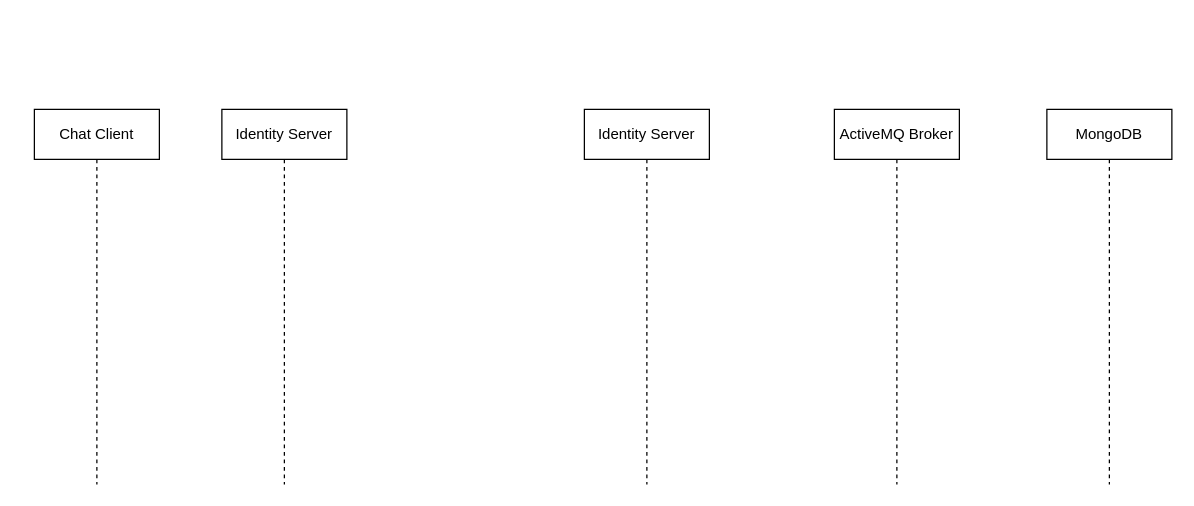
Earlier version of the draw.io diagram websocket.drawio (alokkusingh/draw.io). Source tidied: cells renumbered, new cells numbered last; positions are measured from the earlier drawing's top-left corner, leaving out a move shared by most shapes. Both pictures are drawn from the tidied source at 125%, with x=0, y=0 at pixel (34, 109).
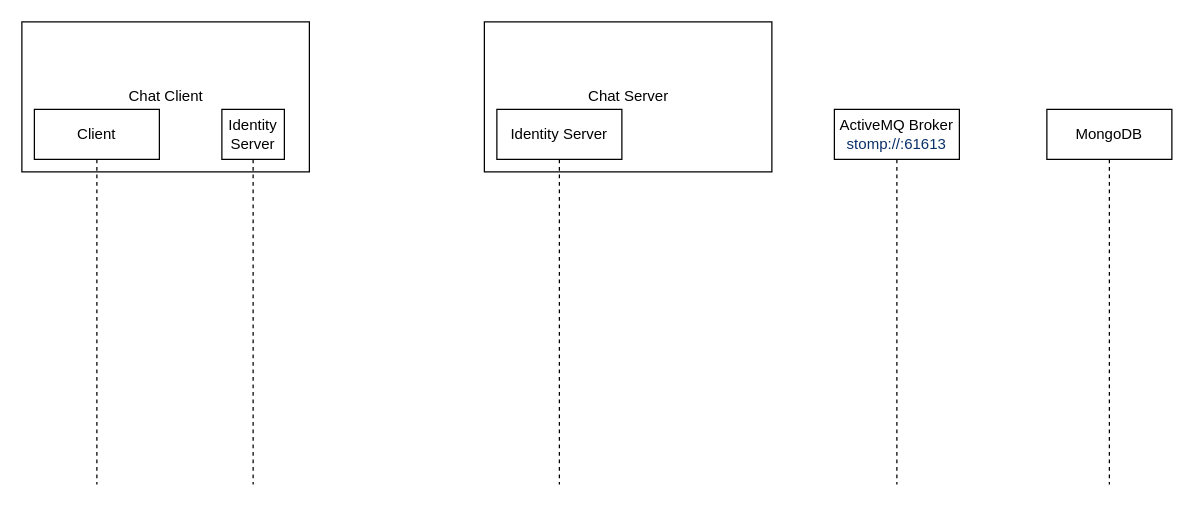
Above is the later version.

What changed in the source:
```diff
@@
 <mxGraphModel>
   <root>
     <mxCell id="0" />
     <mxCell id="1" parent="0" />
+    <mxCell id="7" value="Chat Client" style="html=1;" parent="1" vertex="1">
+      <mxGeometry x="-10" y="-70" width="230" height="120" as="geometry" />
+    </mxCell>
+    <mxCell id="8" value="Chat Server" style="html=1;" parent="1" vertex="1">
+      <mxGeometry x="360" y="-70" width="230" height="120" as="geometry" />
+    </mxCell>
-    <mxCell id="2" value="Chat Client" style="shape=umlLifeline;perimeter=lifelinePerimeter;whiteSpace=wrap;html=1;" parent="1" vertex="1">
+    <mxCell id="2" value="Client" style="shape=umlLifeline;perimeter=lifelinePerimeter;whiteSpace=wrap;html=1;" parent="1" vertex="1">
       <mxGeometry width="100" height="300" as="geometry" />
     </mxCell>
     <mxCell id="3" value="Identity Server" style="shape=umlLifeline;perimeter=lifelinePerimeter;whiteSpace=wrap;html=1;" parent="1" vertex="1">
-      <mxGeometry x="150" width="100" height="300" as="geometry" />
+      <mxGeometry x="150" width="50" height="300" as="geometry" />
     </mxCell>
     <mxCell id="4" value="Identity Server" style="shape=umlLifeline;perimeter=lifelinePerimeter;whiteSpace=wrap;html=1;" parent="1" vertex="1">
-      <mxGeometry x="440" width="100" height="300" as="geometry" />
+      <mxGeometry x="370" width="100" height="300" as="geometry" />
     </mxCell>
-    <mxCell id="5" value="ActiveMQ Broker" style="shape=umlLifeline;perimeter=lifelinePerimeter;whiteSpace=wrap;html=1;" parent="1" vertex="1">
+    <mxCell id="5" value="ActiveMQ Broker&lt;br&gt;&lt;span style=&quot;color: rgb(10 , 48 , 105) ; font-family: , , &amp;#34;sf mono&amp;#34; , &amp;#34;menlo&amp;#34; , &amp;#34;consolas&amp;#34; , &amp;#34;liberation mono&amp;#34; , monospace ; background-color: rgb(255 , 255 , 255)&quot;&gt;stomp://:61613&lt;/span&gt;" style="shape=umlLifeline;perimeter=lifelinePerimeter;whiteSpace=wrap;html=1;" parent="1" vertex="1">
       <mxGeometry x="640" width="100" height="300" as="geometry" />
     </mxCell>
     <mxCell id="6" value="MongoDB" style="shape=umlLifeline;perimeter=lifelinePerimeter;whiteSpace=wrap;html=1;" parent="1" vertex="1">
       <mxGeometry x="810" width="100" height="300" as="geometry" />
     </mxCell>
   </root>
 </mxGraphModel>
```
